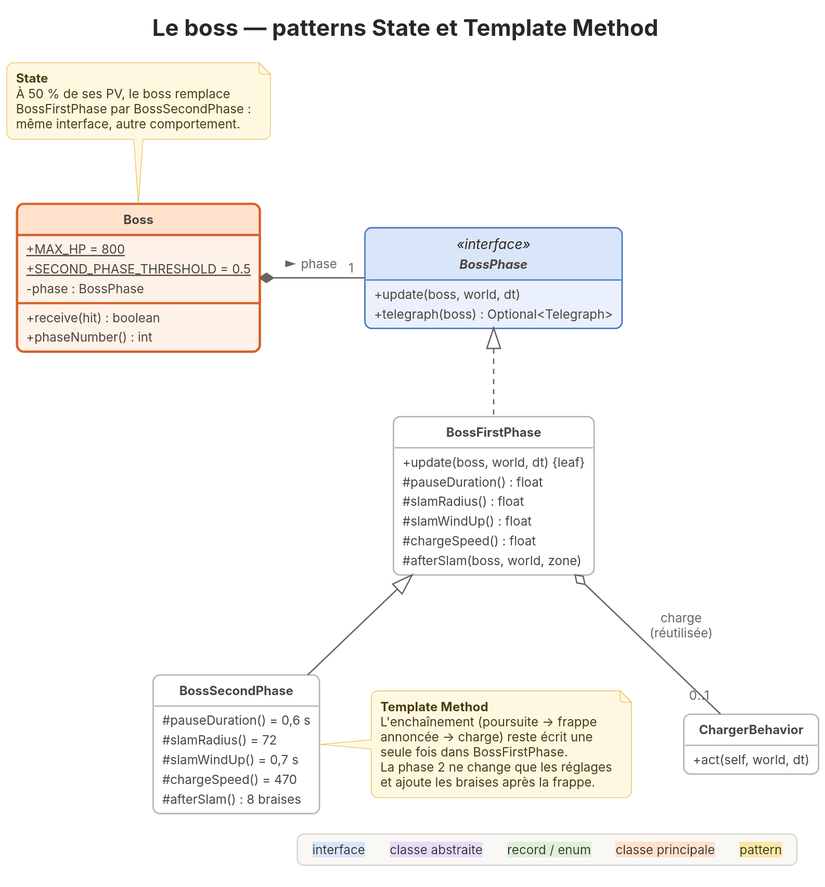
chrisrny/2DGame keeps this PlantUML diagram as docs/uml/05-boss.svg. Above is the earlier version. Source of this version:
```plantuml
@startuml
!include style.iuml
title Le boss — patterns State et Template Method

class Boss <<focus>> {
  + {static} MAX_HP = 800
  + {static} SECOND_PHASE_THRESHOLD = 0.5
  - phase : BossPhase
  + receive(hit) : boolean
  + phaseNumber() : int
}

interface BossPhase <<interface>> {
  + update(boss, world, dt)
  + telegraph(boss) : Optional<Telegraph>
}

class BossFirstPhase {
  + update(boss, world, dt) {leaf}
  # pauseDuration() : float
  # slamRadius() : float
  # slamWindUp() : float
  # chargeSpeed() : float
  # afterSlam(boss, world, zone)
}

class BossSecondPhase {
  # pauseDuration() = 0,6 s
  # slamRadius() = 72
  # slamWindUp() = 0,7 s
  # chargeSpeed() = 470
  # afterSlam() : 8 braises
}

class ChargerBehavior {
  + act(self, world, dt)
}

Boss *-right- "1" BossPhase : phase >
BossPhase <|.. BossFirstPhase
BossFirstPhase <|-- BossSecondPhase
BossFirstPhase o-- "0..1" ChargerBehavior : charge\n(réutilisée)

note top of Boss
  <b>State</b>
  À 50 % de ses PV, le boss remplace
  BossFirstPhase par BossSecondPhase :
  même interface, autre comportement.
end note

note right of BossSecondPhase
  <b>Template Method</b>
  L'enchaînement (poursuite → frappe
  annoncée → charge) reste écrit une
  seule fois dans BossFirstPhase.
  La phase 2 ne change que les réglages
  et ajoute les braises après la frappe.
end note
!include legende.iuml
@enduml
```
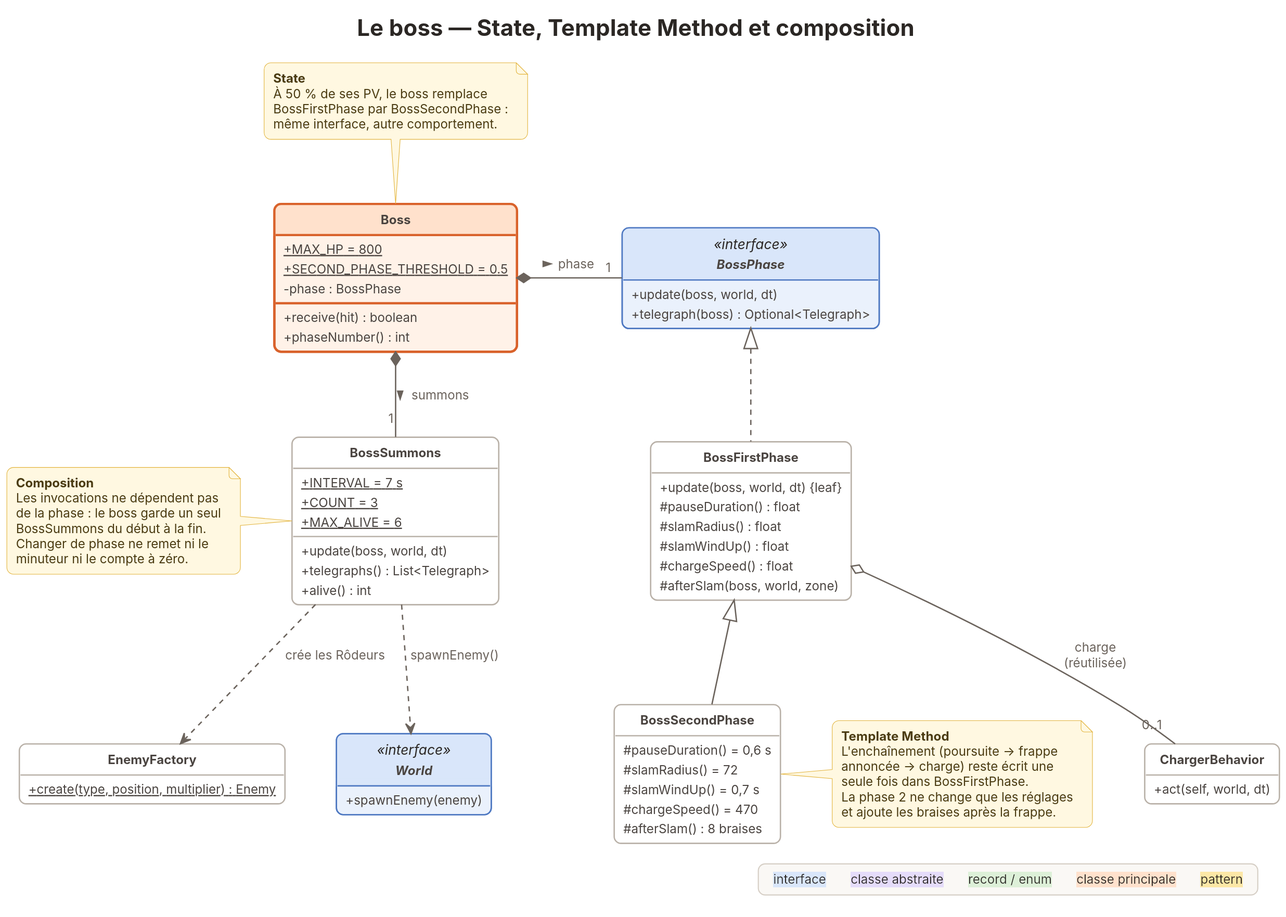
After the commit.

Commit message:
docs(boss): documente les invocations (Javadoc, UML, architecture)

The edit, as a diff of the source:
```diff
@@ -1,6 +1,6 @@
 @startuml
 !include style.iuml
-title Le boss — patterns State et Template Method
+title Le boss — State, Template Method et composition
 
 class Boss <<focus>> {
   + {static} MAX_HP = 800
@@ -36,10 +36,30 @@
   + act(self, world, dt)
 }
 
+class BossSummons {
+  + {static} INTERVAL = 7 s
+  + {static} COUNT = 3
+  + {static} MAX_ALIVE = 6
+  + update(boss, world, dt)
+  + telegraphs() : List<Telegraph>
+  + alive() : int
+}
+
+class EnemyFactory {
+  + {static} create(type, position, multiplier) : Enemy
+}
+
+interface World <<interface>> {
+  + spawnEnemy(enemy)
+}
+
 Boss *-right- "1" BossPhase : phase >
 BossPhase <|.. BossFirstPhase
 BossFirstPhase <|-- BossSecondPhase
 BossFirstPhase o-- "0..1" ChargerBehavior : charge\n(réutilisée)
+Boss *-down- "1" BossSummons : summons >
+BossSummons ..> EnemyFactory : crée les Rôdeurs
+BossSummons ..> World : spawnEnemy()
 
 note top of Boss
   <b>State</b>
@@ -56,5 +76,13 @@
   La phase 2 ne change que les réglages
   et ajoute les braises après la frappe.
 end note
+note left of BossSummons
+  <b>Composition</b>
+  Les invocations ne dépendent pas
+  de la phase : le boss garde un seul
+  BossSummons du début à la fin.
+  Changer de phase ne remet ni le
+  minuteur ni le compte à zéro.
+end note
 !include legende.iuml
 @enduml
```
